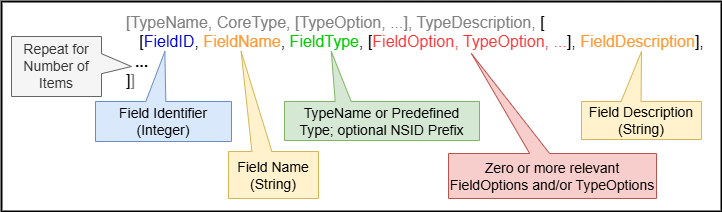
Before: images/JADN-with-fields-json.drawio.png, a diagram exported from draw.io (oasis-tcs/openc2-jadn-im). Source tidied: cells renumbered, new cells last; positions are measured from the earlier drawing's top-left corner, leaving out a move shared by most shapes.
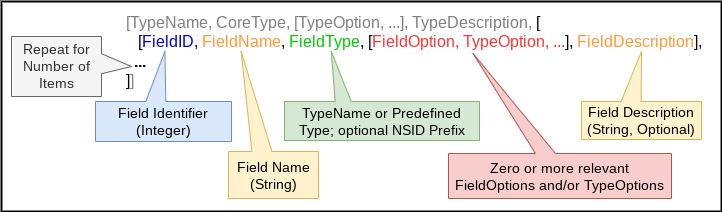
Above is the later version.

Commit message:
Update Figs 3-4, 3-5 w/optionality info

What changed in the source:
```diff
@@ -19,9 +19,9 @@
       <mxGeometry x="283" y="50" width="195" height="89" as="geometry" />
     </mxCell>
     <mxCell id="8" value="Zero or more relevant FieldOptions and/or TypeOptions" style="shape=callout;whiteSpace=wrap;html=1;perimeter=calloutPerimeter;fontSize=14;fillColor=#f8cecc;strokeColor=#b85450;flipV=1;size=100;position=0.39;base=20;position2=0.11;" parent="3" vertex="1">
-      <mxGeometry x="447" y="52" width="208" height="145" as="geometry" />
+      <mxGeometry x="447" y="52" width="223" height="145" as="geometry" />
     </mxCell>
-    <mxCell id="9" value="Field Description (String)" style="shape=callout;whiteSpace=wrap;html=1;perimeter=calloutPerimeter;fontSize=14;fillColor=#fff2cc;strokeColor=#d6b656;position2=0.5;flipV=1;base=20;size=50;position=0.33;" parent="3" vertex="1">
+    <mxCell id="9" value="Field Description (String, Optional)" style="shape=callout;whiteSpace=wrap;html=1;perimeter=calloutPerimeter;fontSize=14;fillColor=#fff2cc;strokeColor=#d6b656;position2=0.5;flipV=1;base=20;size=50;position=0.33;" parent="3" vertex="1">
       <mxGeometry x="580" y="50" width="120" height="88" as="geometry" />
     </mxCell>
     <mxCell id="10" value="Field Identifier (Integer)" style="shape=callout;whiteSpace=wrap;html=1;perimeter=calloutPerimeter;fontSize=14;fillColor=#dae8fc;strokeColor=#6c8ebf;flipV=1;size=50;position=0.37;position2=0.51;base=20;" parent="3" vertex="1">
```
